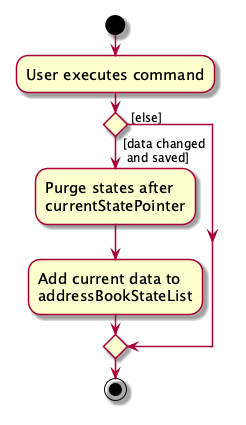
Before: docs/images/CommitActivityDiagram.png, a diagram exported from PlantUML (AY2627S1-CS2103T-T10-3/tp). Source of this version:
```plantuml
@startuml
skin rose
skinparam ActivityFontSize 15
skinparam ArrowFontSize 12
start
:User executes command;


if () then ( [data changed\n  and saved])
    :Purge states after
    currentStatePointer;
    :Add current data to
    addressBookStateList;
else ( [else])
endif
stop
@enduml
```
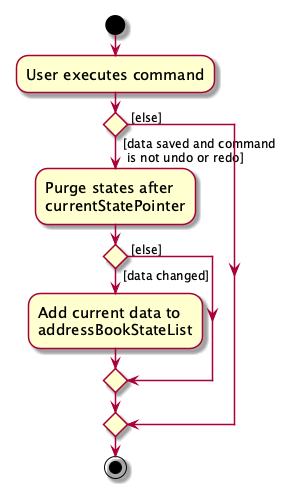
Above is the later version.

Diff of the diagram source:
```diff
@@ -6,11 +6,14 @@
 :User executes command;
 
 
-if () then ( [data changed\n  and saved])
+if () then ( [data saved and command\n  is not undo or redo])
     :Purge states after
     currentStatePointer;
-    :Add current data to
-    addressBookStateList;
+    if () then ( [data changed])
+        :Add current data to
+        addressBookStateList;
+    else ( [else])
+    endif
 else ( [else])
 endif
 stop
```
